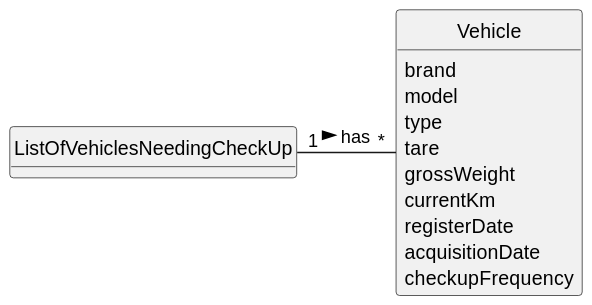
Before: docs/sprintA/us008/02.analysis/svg/us008-domain-model.svg, a diagram exported from PlantUML (Departamento-de-Engenharia-Informatica/lei-24-s2-1do-g164).
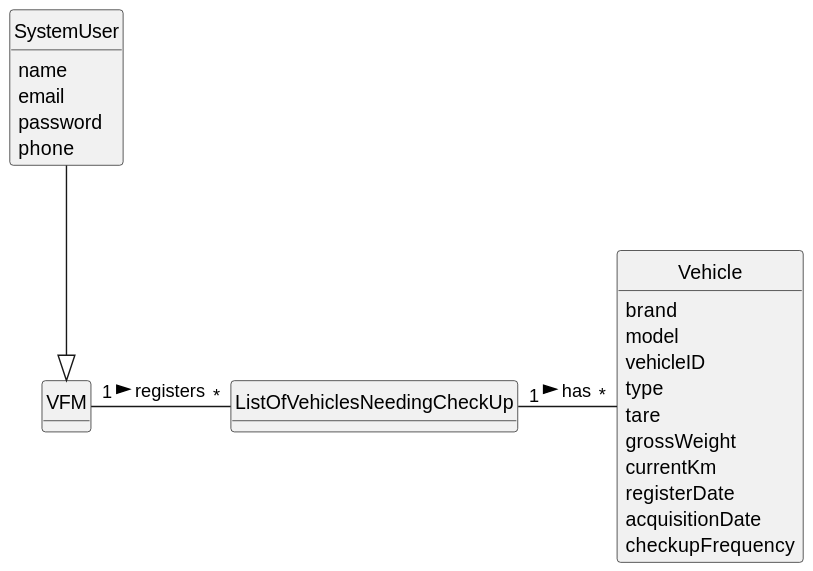
Later version of the same file.

Commit message:
corrections of domain models

What changed in the source:
```diff
@@ -8,21 +8,37 @@
 hide circle
 hide methods
 
+
+class SystemUser {
+    name
+    email
+    password
+    phone
+
+}
+
+
+class VFM {
+}
+
 class ListOfVehiclesNeedingCheckUp {
 }
 
 class Vehicle {
-    brand
-    model
-    type
-    tare
-    grossWeight
-    currentKm
-    registerDate
-    acquisitionDate
-    checkupFrequency
+   brand
+   model
+   vehicleID
+   type
+   tare
+   grossWeight
+   currentKm
+   registerDate
+   acquisitionDate
+   checkupFrequency
 }
 
 
 ListOfVehiclesNeedingCheckUp "1" - "*" Vehicle : has >
+SystemUser --|> VFM
+VFM "1" - "*" ListOfVehiclesNeedingCheckUp: registers >
 @enduml
```
